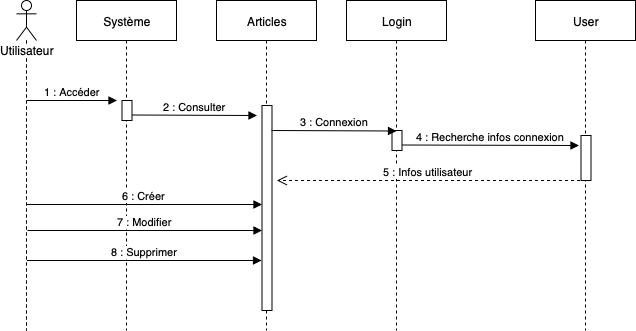
Before: diagrams/Séquence _ Articles utilisateur.png, a diagram exported from draw.io (damientabet/framework). Source tidied: cells renumbered, new cells last; positions are measured from the earlier drawing's top-left corner, leaving out a move shared by most shapes. Its diagram source:
```xml
<mxGraphModel>
  <root>
    <mxCell id="0" />
    <mxCell id="1" parent="0" />
    <mxCell id="2" value="Système" style="shape=umlLifeline;perimeter=lifelinePerimeter;whiteSpace=wrap;html=1;" parent="1" vertex="1">
      <mxGeometry x="60" width="100" height="330" as="geometry" />
    </mxCell>
    <mxCell id="3" style="html=1;perimeter=orthogonalPerimeter;" parent="2" vertex="1">
      <mxGeometry x="45.5" y="100" width="10" height="20" as="geometry" />
    </mxCell>
    <mxCell id="4" value="Login" style="shape=umlLifeline;perimeter=lifelinePerimeter;whiteSpace=wrap;html=1;" parent="1" vertex="1">
      <mxGeometry x="330" width="100" height="330" as="geometry" />
    </mxCell>
    <mxCell id="5" style="html=1;perimeter=orthogonalPerimeter;" parent="4" vertex="1">
      <mxGeometry x="45.5" y="130" width="10" height="20" as="geometry" />
    </mxCell>
    <mxCell id="6" value="User" style="shape=umlLifeline;perimeter=lifelinePerimeter;whiteSpace=wrap;html=1;" parent="1" vertex="1">
      <mxGeometry x="519" width="100" height="330" as="geometry" />
    </mxCell>
    <mxCell id="7" style="html=1;perimeter=orthogonalPerimeter;" parent="6" vertex="1">
      <mxGeometry x="45.5" y="135" width="10" height="45" as="geometry" />
    </mxCell>
    <mxCell id="8" value="Utilisateur" style="shape=umlLifeline;participant=umlActor;perimeter=lifelinePerimeter;whiteSpace=wrap;html=1;verticalAlign=top;spacingTop=36;labelBackgroundColor=#ffffff;outlineConnect=0;" parent="1" vertex="1">
      <mxGeometry width="20" height="330" as="geometry" />
    </mxCell>
    <mxCell id="9" value="1 : Accéder" style="html=1;verticalAlign=bottom;endArrow=block;" parent="1" edge="1">
      <mxGeometry relative="1" as="geometry">
        <mxPoint x="10.5" y="100" as="sourcePoint" />
        <mxPoint x="100.5" y="100" as="targetPoint" />
      </mxGeometry>
    </mxCell>
    <mxCell id="10" value="2 : Consulter" style="html=1;verticalAlign=bottom;endArrow=block;" parent="1" edge="1">
      <mxGeometry relative="1" as="geometry">
        <mxPoint x="115.5" y="114.5" as="sourcePoint" />
        <mxPoint x="240.5" y="115" as="targetPoint" />
      </mxGeometry>
    </mxCell>
    <mxCell id="11" value="Articles" style="shape=umlLifeline;perimeter=lifelinePerimeter;whiteSpace=wrap;html=1;" parent="1" vertex="1">
      <mxGeometry x="200" width="100" height="330" as="geometry" />
    </mxCell>
    <mxCell id="12" style="html=1;points=[];perimeter=orthogonalPerimeter;" parent="11" vertex="1">
      <mxGeometry x="45.5" y="105" width="10" height="205" as="geometry" />
    </mxCell>
    <mxCell id="13" value="3 : Connexion" style="html=1;verticalAlign=bottom;endArrow=block;" parent="1" edge="1">
      <mxGeometry relative="1" as="geometry">
        <mxPoint x="255" y="130" as="sourcePoint" />
        <mxPoint x="380" y="130.5" as="targetPoint" />
      </mxGeometry>
    </mxCell>
    <mxCell id="14" value="4 : Recherche infos connexion" style="html=1;verticalAlign=bottom;endArrow=block;" parent="1" edge="1">
      <mxGeometry relative="1" as="geometry">
        <mxPoint x="385.5" y="144.5" as="sourcePoint" />
        <mxPoint x="562.5" y="145" as="targetPoint" />
      </mxGeometry>
    </mxCell>
    <mxCell id="15" value="5 : Infos utilisateur" style="html=1;verticalAlign=bottom;endArrow=open;dashed=1;endSize=8;" parent="1" edge="1">
      <mxGeometry relative="1" as="geometry">
        <mxPoint x="563.5" y="180" as="sourcePoint" />
        <mxPoint x="260.5" y="180" as="targetPoint" />
      </mxGeometry>
    </mxCell>
    <mxCell id="16" value="6 : Créer" style="html=1;verticalAlign=bottom;endArrow=block;entryX=0;entryY=0.483;entryDx=0;entryDy=0;entryPerimeter=0;" parent="1" edge="1" target="12">
      <mxGeometry relative="1" as="geometry">
        <mxPoint x="10" y="204" as="sourcePoint" />
      </mxGeometry>
    </mxCell>
    <mxCell id="17" value="7 : Modifier" style="html=1;verticalAlign=bottom;endArrow=block;entryX=-0.1;entryY=0.905;entryDx=0;entryDy=0;entryPerimeter=0;" parent="1" edge="1">
      <mxGeometry relative="1" as="geometry">
        <mxPoint x="11" y="230" as="sourcePoint" />
        <mxPoint x="245.5" y="230" as="targetPoint" />
      </mxGeometry>
    </mxCell>
    <mxCell id="18" value="8 : Supprimer" style="html=1;verticalAlign=bottom;endArrow=block;entryX=-0.1;entryY=0.905;entryDx=0;entryDy=0;entryPerimeter=0;" parent="1" edge="1">
      <mxGeometry relative="1" as="geometry">
        <mxPoint x="10.5" y="260" as="sourcePoint" />
        <mxPoint x="245" y="260" as="targetPoint" />
      </mxGeometry>
    </mxCell>
  </root>
</mxGraphModel>
```
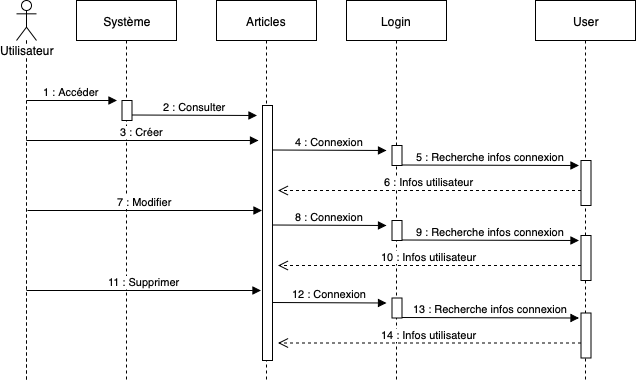
The same file after the commit.

Commit message:
Update sequence diagram

The edit, as a diff of the source:
```diff
@@ -3,25 +3,25 @@
     <mxCell id="0" />
     <mxCell id="1" parent="0" />
     <mxCell id="2" value="Système" style="shape=umlLifeline;perimeter=lifelinePerimeter;whiteSpace=wrap;html=1;" parent="1" vertex="1">
-      <mxGeometry x="60" width="100" height="330" as="geometry" />
+      <mxGeometry x="60" width="100" height="380" as="geometry" />
     </mxCell>
     <mxCell id="3" style="html=1;perimeter=orthogonalPerimeter;" parent="2" vertex="1">
       <mxGeometry x="45.5" y="100" width="10" height="20" as="geometry" />
     </mxCell>
     <mxCell id="4" value="Login" style="shape=umlLifeline;perimeter=lifelinePerimeter;whiteSpace=wrap;html=1;" parent="1" vertex="1">
-      <mxGeometry x="330" width="100" height="330" as="geometry" />
+      <mxGeometry x="330" width="100" height="380" as="geometry" />
     </mxCell>
     <mxCell id="5" style="html=1;perimeter=orthogonalPerimeter;" parent="4" vertex="1">
-      <mxGeometry x="45.5" y="130" width="10" height="20" as="geometry" />
+      <mxGeometry x="45.5" y="145" width="10" height="20" as="geometry" />
     </mxCell>
     <mxCell id="6" value="User" style="shape=umlLifeline;perimeter=lifelinePerimeter;whiteSpace=wrap;html=1;" parent="1" vertex="1">
-      <mxGeometry x="519" width="100" height="330" as="geometry" />
+      <mxGeometry x="519" width="100" height="380" as="geometry" />
     </mxCell>
     <mxCell id="7" style="html=1;perimeter=orthogonalPerimeter;" parent="6" vertex="1">
-      <mxGeometry x="45.5" y="135" width="10" height="45" as="geometry" />
+      <mxGeometry x="45.5" y="160" width="10" height="45" as="geometry" />
     </mxCell>
     <mxCell id="8" value="Utilisateur" style="shape=umlLifeline;participant=umlActor;perimeter=lifelinePerimeter;whiteSpace=wrap;html=1;verticalAlign=top;spacingTop=36;labelBackgroundColor=#ffffff;outlineConnect=0;" parent="1" vertex="1">
-      <mxGeometry width="20" height="330" as="geometry" />
+      <mxGeometry width="20" height="380" as="geometry" />
     </mxCell>
     <mxCell id="9" value="1 : Accéder" style="html=1;verticalAlign=bottom;endArrow=block;" parent="1" edge="1">
       <mxGeometry relative="1" as="geometry">
@@ -36,45 +36,93 @@
       </mxGeometry>
     </mxCell>
     <mxCell id="11" value="Articles" style="shape=umlLifeline;perimeter=lifelinePerimeter;whiteSpace=wrap;html=1;" parent="1" vertex="1">
-      <mxGeometry x="200" width="100" height="330" as="geometry" />
+      <mxGeometry x="200" width="100" height="380" as="geometry" />
     </mxCell>
     <mxCell id="12" style="html=1;points=[];perimeter=orthogonalPerimeter;" parent="11" vertex="1">
-      <mxGeometry x="45.5" y="105" width="10" height="205" as="geometry" />
+      <mxGeometry x="46" y="105" width="10" height="255" as="geometry" />
     </mxCell>
-    <mxCell id="13" value="3 : Connexion" style="html=1;verticalAlign=bottom;endArrow=block;" parent="1" edge="1">
+    <mxCell id="13" value="4 : Connexion" style="html=1;verticalAlign=bottom;endArrow=block;" parent="1" edge="1">
       <mxGeometry relative="1" as="geometry">
-        <mxPoint x="255" y="130" as="sourcePoint" />
-        <mxPoint x="380" y="130.5" as="targetPoint" />
+        <mxPoint x="255.5" y="149.5" as="sourcePoint" />
+        <mxPoint x="370" y="150" as="targetPoint" />
       </mxGeometry>
     </mxCell>
-    <mxCell id="14" value="4 : Recherche infos connexion" style="html=1;verticalAlign=bottom;endArrow=block;" parent="1" edge="1">
+    <mxCell id="14" value="5 : Recherche infos connexion" style="html=1;verticalAlign=bottom;endArrow=block;" parent="1" edge="1">
       <mxGeometry relative="1" as="geometry">
-        <mxPoint x="385.5" y="144.5" as="sourcePoint" />
-        <mxPoint x="562.5" y="145" as="targetPoint" />
+        <mxPoint x="385.5" y="164.5" as="sourcePoint" />
+        <mxPoint x="562.5" y="165" as="targetPoint" />
       </mxGeometry>
     </mxCell>
-    <mxCell id="15" value="5 : Infos utilisateur" style="html=1;verticalAlign=bottom;endArrow=open;dashed=1;endSize=8;" parent="1" edge="1">
+    <mxCell id="15" value="6 : Infos utilisateur" style="html=1;verticalAlign=bottom;endArrow=open;dashed=1;endSize=8;" parent="1" edge="1">
       <mxGeometry relative="1" as="geometry">
-        <mxPoint x="563.5" y="180" as="sourcePoint" />
-        <mxPoint x="260.5" y="180" as="targetPoint" />
+        <mxPoint x="564.5" y="190" as="sourcePoint" />
+        <mxPoint x="261.5" y="190" as="targetPoint" />
       </mxGeometry>
     </mxCell>
-    <mxCell id="16" value="6 : Créer" style="html=1;verticalAlign=bottom;endArrow=block;entryX=0;entryY=0.483;entryDx=0;entryDy=0;entryPerimeter=0;" parent="1" edge="1" target="12">
+    <mxCell id="16" value="3 : Créer" style="html=1;verticalAlign=bottom;endArrow=block;" parent="1" edge="1" source="8">
       <mxGeometry relative="1" as="geometry">
-        <mxPoint x="10" y="204" as="sourcePoint" />
+        <mxPoint x="242" y="140" as="targetPoint" />
       </mxGeometry>
     </mxCell>
     <mxCell id="17" value="7 : Modifier" style="html=1;verticalAlign=bottom;endArrow=block;entryX=-0.1;entryY=0.905;entryDx=0;entryDy=0;entryPerimeter=0;" parent="1" edge="1">
       <mxGeometry relative="1" as="geometry">
-        <mxPoint x="11" y="230" as="sourcePoint" />
-        <mxPoint x="245.5" y="230" as="targetPoint" />
+        <mxPoint x="11" y="210" as="sourcePoint" />
+        <mxPoint x="245.5" y="210" as="targetPoint" />
       </mxGeometry>
     </mxCell>
-    <mxCell id="18" value="8 : Supprimer" style="html=1;verticalAlign=bottom;endArrow=block;entryX=-0.1;entryY=0.905;entryDx=0;entryDy=0;entryPerimeter=0;" parent="1" edge="1">
+    <mxCell id="18" value="11 : Supprimer" style="html=1;verticalAlign=bottom;endArrow=block;entryX=-0.1;entryY=0.905;entryDx=0;entryDy=0;entryPerimeter=0;" parent="1" edge="1">
       <mxGeometry relative="1" as="geometry">
-        <mxPoint x="10.5" y="260" as="sourcePoint" />
-        <mxPoint x="245" y="260" as="targetPoint" />
+        <mxPoint x="10" y="290" as="sourcePoint" />
+        <mxPoint x="244.5" y="290" as="targetPoint" />
       </mxGeometry>
     </mxCell>
+    <mxCell id="19" style="html=1;perimeter=orthogonalPerimeter;" parent="1" vertex="1">
+      <mxGeometry x="375.5" y="220" width="10" height="20" as="geometry" />
+    </mxCell>
+    <mxCell id="20" style="html=1;perimeter=orthogonalPerimeter;" parent="1" vertex="1">
+      <mxGeometry x="564.5" y="235" width="10" height="45" as="geometry" />
+    </mxCell>
+    <mxCell id="21" value="8 : Connexion" style="html=1;verticalAlign=bottom;endArrow=block;" parent="1" edge="1">
+      <mxGeometry relative="1" as="geometry">
+        <mxPoint x="255.5" y="224.5" as="sourcePoint" />
+        <mxPoint x="370" y="225" as="targetPoint" />
+      </mxGeometry>
+    </mxCell>
+    <mxCell id="22" value="9 : Recherche infos connexion" style="html=1;verticalAlign=bottom;endArrow=block;" parent="1" edge="1">
+      <mxGeometry relative="1" as="geometry">
+        <mxPoint x="385.5" y="239.5" as="sourcePoint" />
+        <mxPoint x="562.5" y="240" as="targetPoint" />
+      </mxGeometry>
+    </mxCell>
+    <mxCell id="23" value="10 : Infos utilisateur" style="html=1;verticalAlign=bottom;endArrow=open;dashed=1;endSize=8;" parent="1" edge="1">
+      <mxGeometry relative="1" as="geometry">
+        <mxPoint x="564.5" y="265" as="sourcePoint" />
+        <mxPoint x="261.5" y="265" as="targetPoint" />
+      </mxGeometry>
+    </mxCell>
+    <mxCell id="24" style="html=1;perimeter=orthogonalPerimeter;" parent="1" vertex="1">
+      <mxGeometry x="375.5" y="297.5" width="10" height="20" as="geometry" />
+    </mxCell>
+    <mxCell id="25" style="html=1;perimeter=orthogonalPerimeter;" parent="1" vertex="1">
+      <mxGeometry x="564.5" y="312.5" width="10" height="45" as="geometry" />
+    </mxCell>
+    <mxCell id="26" value="12 : Connexion" style="html=1;verticalAlign=bottom;endArrow=block;" parent="1" edge="1">
+      <mxGeometry relative="1" as="geometry">
+        <mxPoint x="255.5" y="302" as="sourcePoint" />
+        <mxPoint x="370" y="302.5" as="targetPoint" />
+      </mxGeometry>
+    </mxCell>
+    <mxCell id="27" value="13 : Recherche infos connexion" style="html=1;verticalAlign=bottom;endArrow=block;" parent="1" edge="1">
+      <mxGeometry relative="1" as="geometry">
+        <mxPoint x="385.5" y="317" as="sourcePoint" />
+        <mxPoint x="562.5" y="317.5" as="targetPoint" />
+      </mxGeometry>
+    </mxCell>
+    <mxCell id="28" value="14 : Infos utilisateur" style="html=1;verticalAlign=bottom;endArrow=open;dashed=1;endSize=8;" parent="1" edge="1">
+      <mxGeometry relative="1" as="geometry">
+        <mxPoint x="564.5" y="342.5" as="sourcePoint" />
+        <mxPoint x="261.5" y="342.5" as="targetPoint" />
+      </mxGeometry>
+    </mxCell>
   </root>
 </mxGraphModel>
```
